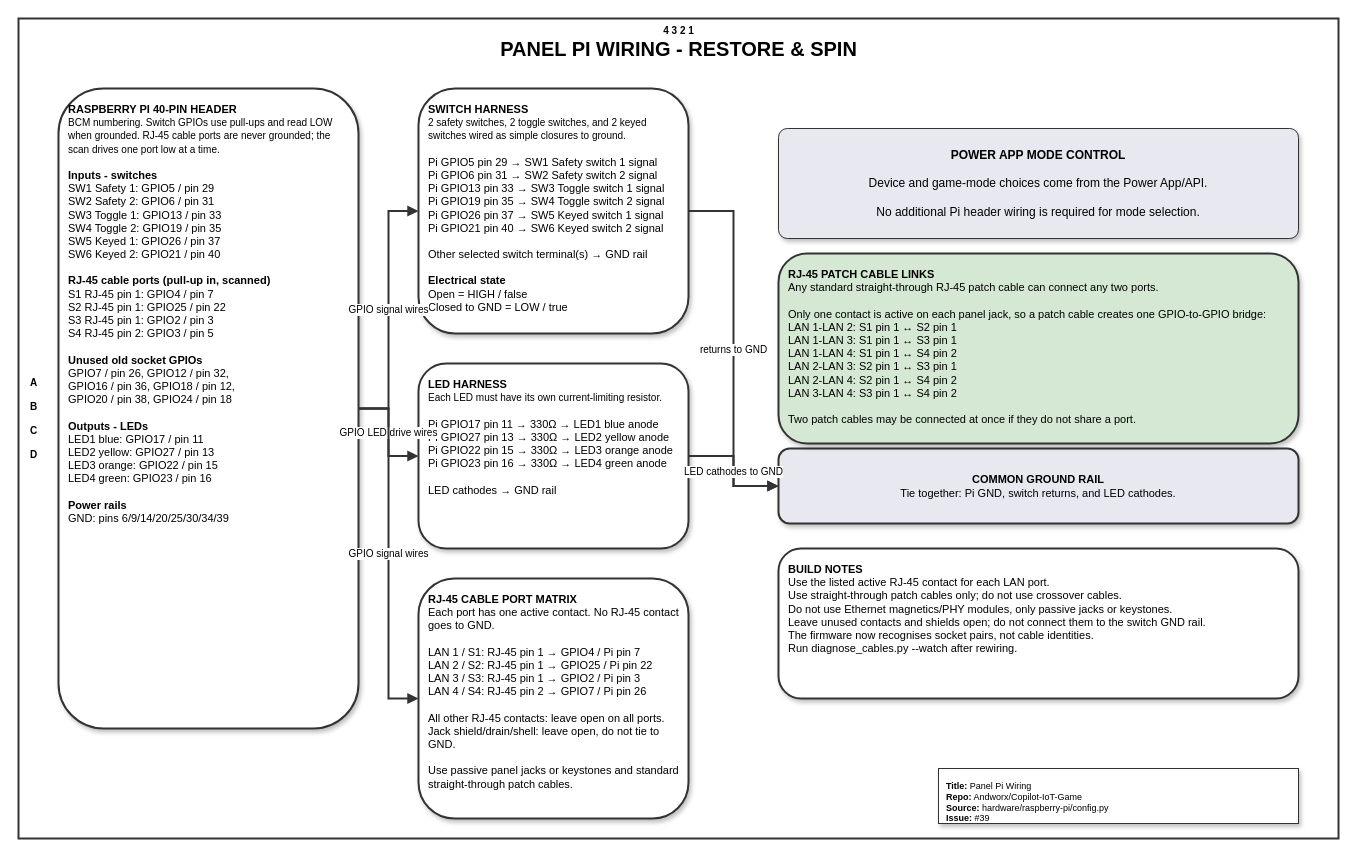
Before: page "Panel Pi Wiring" (1 of 2) of hardware/raspberry-pi/panel-pi-wiring.drawio in Andworx/Copilot-IoT-Game, a draw.io diagram. Source tidied: cells renumbered, new cells numbered last; positions are measured from the earlier drawing's top-left corner, leaving out a move shared by most shapes. Both pictures are drawn from the tidied source at 100%, with x=0, y=0 at pixel (18, 18).
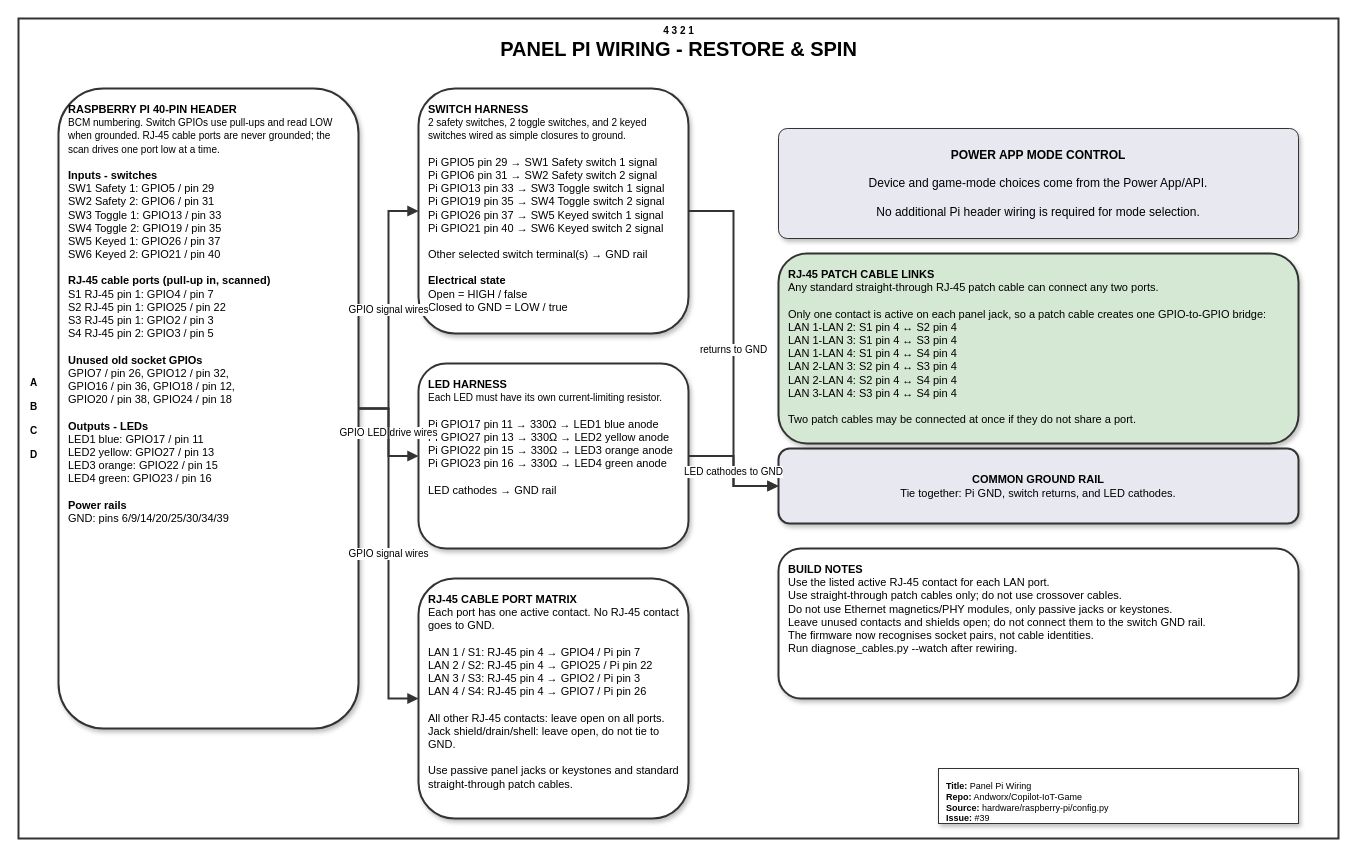
The same diagram, later.

The edit, as a diff of the source:
```diff
@@
-    <mxCell id="9" value="&lt;b&gt;RJ-45 CABLE PORT MATRIX&lt;/b&gt;&lt;br&gt;Each port has one active contact. No RJ-45 contact goes to GND.&lt;br&gt;&lt;br&gt;LAN 1 / S1: RJ-45 pin 1 → GPIO4 / Pi pin 7&lt;br&gt;LAN 2 / S2: RJ-45 pin 1 → GPIO25 / Pi pin 22&lt;br&gt;LAN 3 / S3: RJ-45 pin 1 → GPIO2 / Pi pin 3&lt;br&gt;LAN 4 / S4: RJ-45 pin 2 → GPIO7 / Pi pin 26&lt;br&gt;&lt;br&gt;All other RJ-45 contacts: leave open on all ports.&lt;br&gt;Jack shield/drain/shell: leave open, do not tie to GND.&lt;br&gt;&lt;br&gt;Use passive panel jacks or keystones and standard straight-through patch cables." style="rounded=1;shadow=1;strokeColor=#333333;fillColor=#FFFFFF;strokeWidth=2;fontSize=11;fontFamily=Helvetica;align=left;verticalAlign=top;spacing=10;whiteSpace=wrap;html=1;" parent="1" vertex="1">
+    <mxCell id="9" value="&lt;b&gt;RJ-45 CABLE PORT MATRIX&lt;/b&gt;&lt;br&gt;Each port has one active contact. No RJ-45 contact goes to GND.&lt;br&gt;&lt;br&gt;LAN 1 / S1: RJ-45 pin 4 → GPIO4 / Pi pin 7&lt;br&gt;LAN 2 / S2: RJ-45 pin 4 → GPIO25 / Pi pin 22&lt;br&gt;LAN 3 / S3: RJ-45 pin 4 → GPIO2 / Pi pin 3&lt;br&gt;LAN 4 / S4: RJ-45 pin 4 → GPIO7 / Pi pin 26&lt;br&gt;&lt;br&gt;All other RJ-45 contacts: leave open on all ports.&lt;br&gt;Jack shield/drain/shell: leave open, do not tie to GND.&lt;br&gt;&lt;br&gt;Use passive panel jacks or keystones and standard straight-through patch cables." style="rounded=1;shadow=1;strokeColor=#333333;fillColor=#FFFFFF;strokeWidth=2;fontSize=11;fontFamily=Helvetica;align=left;verticalAlign=top;spacing=10;whiteSpace=wrap;html=1;" parent="1" vertex="1">
       <mxGeometry x="400" y="560" width="270" height="240" as="geometry" />
     </mxCell>
@@
-    <mxCell id="11" value="&lt;b&gt;RJ-45 PATCH CABLE LINKS&lt;/b&gt;&lt;br&gt;Any standard straight-through RJ-45 patch cable can connect any two ports.&lt;br&gt;&lt;br&gt;Only one contact is active on each panel jack, so a patch cable creates one GPIO-to-GPIO bridge:&lt;br&gt;LAN 1-LAN 2: S1 pin 1 ↔ S2 pin 1&lt;br&gt;LAN 1-LAN 3: S1 pin 1 ↔ S3 pin 1&lt;br&gt;LAN 1-LAN 4: S1 pin 1 ↔ S4 pin 2&lt;br&gt;LAN 2-LAN 3: S2 pin 1 ↔ S3 pin 1&lt;br&gt;LAN 2-LAN 4: S2 pin 1 ↔ S4 pin 2&lt;br&gt;LAN 3-LAN 4: S3 pin 1 ↔ S4 pin 2&lt;br&gt;&lt;br&gt;Two patch cables may be connected at once if they do not share a port." style="rounded=1;shadow=1;strokeColor=#333333;fillColor=#D5E8D4;strokeWidth=2;fontSize=11;fontFamily=Helvetica;align=left;verticalAlign=top;spacing=10;whiteSpace=wrap;html=1;" parent="1" vertex="1">
+    <mxCell id="11" value="&lt;b&gt;RJ-45 PATCH CABLE LINKS&lt;/b&gt;&lt;br&gt;Any standard straight-through RJ-45 patch cable can connect any two ports.&lt;br&gt;&lt;br&gt;Only one contact is active on each panel jack, so a patch cable creates one GPIO-to-GPIO bridge:&lt;br&gt;LAN 1-LAN 2: S1 pin 4 ↔ S2 pin 4&lt;br&gt;LAN 1-LAN 3: S1 pin 4 ↔ S3 pin 4&lt;br&gt;LAN 1-LAN 4: S1 pin 4 ↔ S4 pin 4&lt;br&gt;LAN 2-LAN 3: S2 pin 4 ↔ S3 pin 4&lt;br&gt;LAN 2-LAN 4: S2 pin 4 ↔ S4 pin 4&lt;br&gt;LAN 3-LAN 4: S3 pin 4 ↔ S4 pin 4&lt;br&gt;&lt;br&gt;Two patch cables may be connected at once if they do not share a port." style="rounded=1;shadow=1;strokeColor=#333333;fillColor=#D5E8D4;strokeWidth=2;fontSize=11;fontFamily=Helvetica;align=left;verticalAlign=top;spacing=10;whiteSpace=wrap;html=1;" parent="1" vertex="1">
       <mxGeometry x="760" y="235" width="520" height="190" as="geometry" />
     </mxCell>
```
